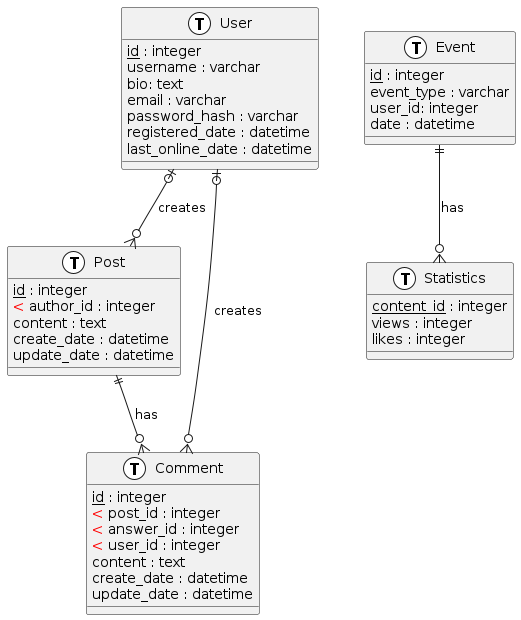
Before: doc/img/diag.png, a diagram exported from PlantUML (Krytog/SOA).
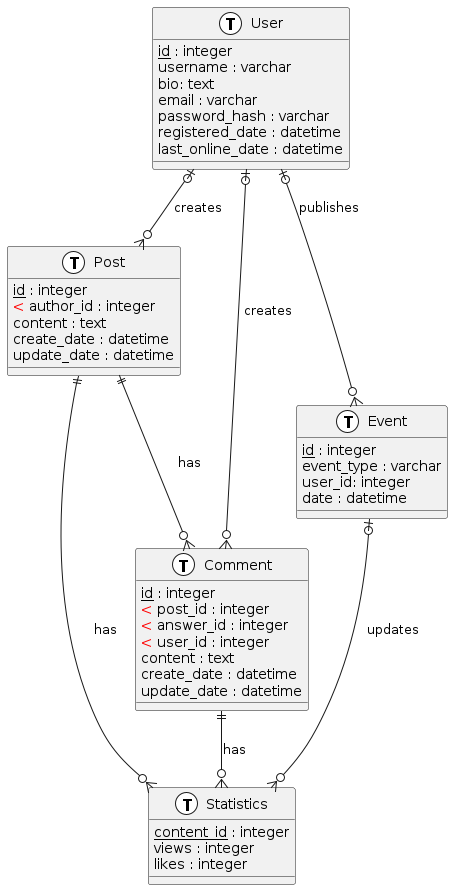
After the commit.

What changed in the source:
```diff
@@ -46,6 +46,9 @@
 
 user |o--o{ post : "creates"
 post ||--o{ comment : "has"
+post ||--o{ stats : "has"
+comment ||--o{ stats : "has"
 user |o--o{ comment : "creates"
-event ||--o{ stats : "has"
+user |o--o{ event : "publishes"
+event |o--o{ stats : "updates"
 @enduml
```
